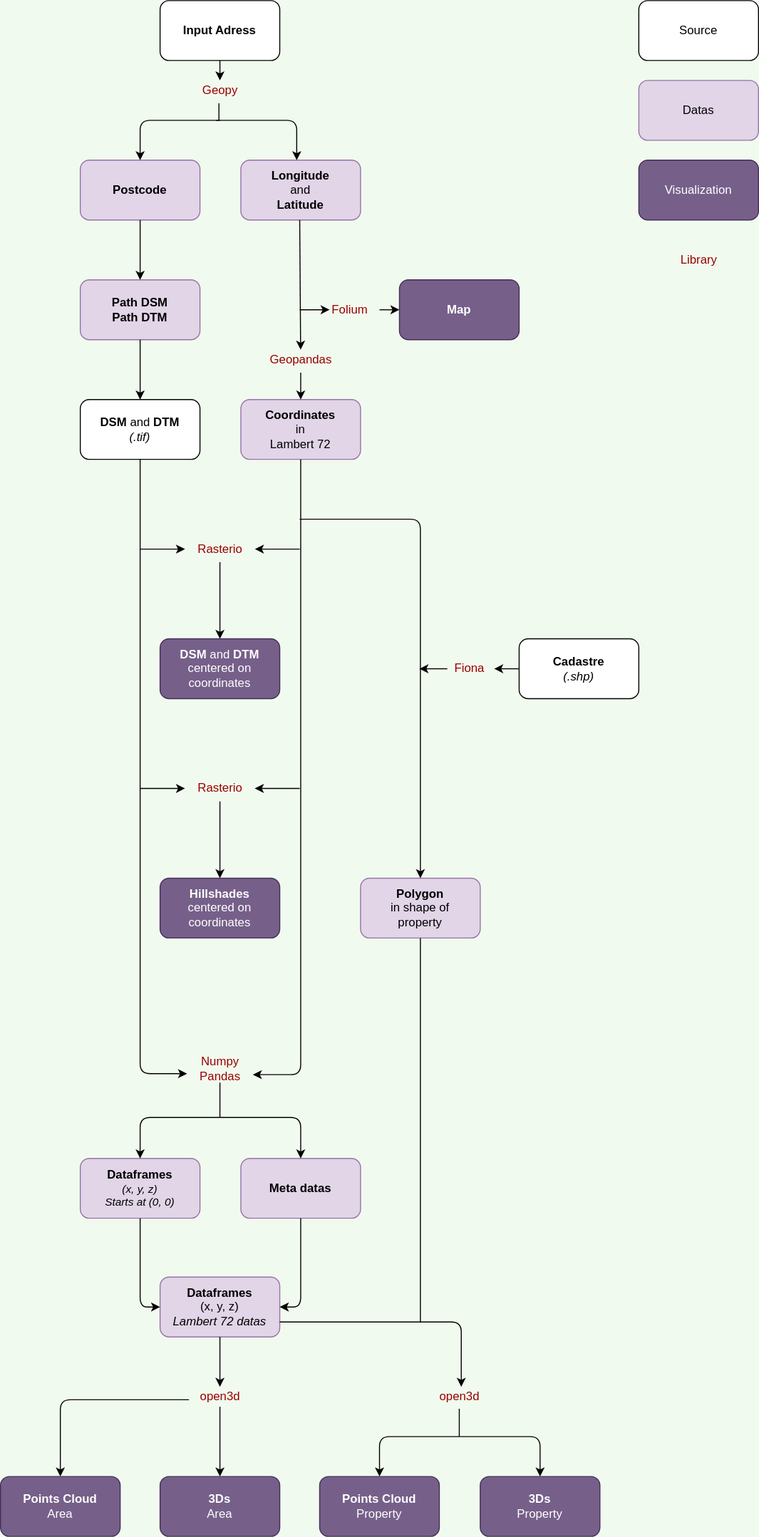
Earlier version of the draw.io export Schemas/Plan.svg (Demesmaeker/3D_Houses). Source tidied: cells renumbered, new cells last; positions are measured from the earlier drawing's top-left corner, leaving out a move shared by most shapes.
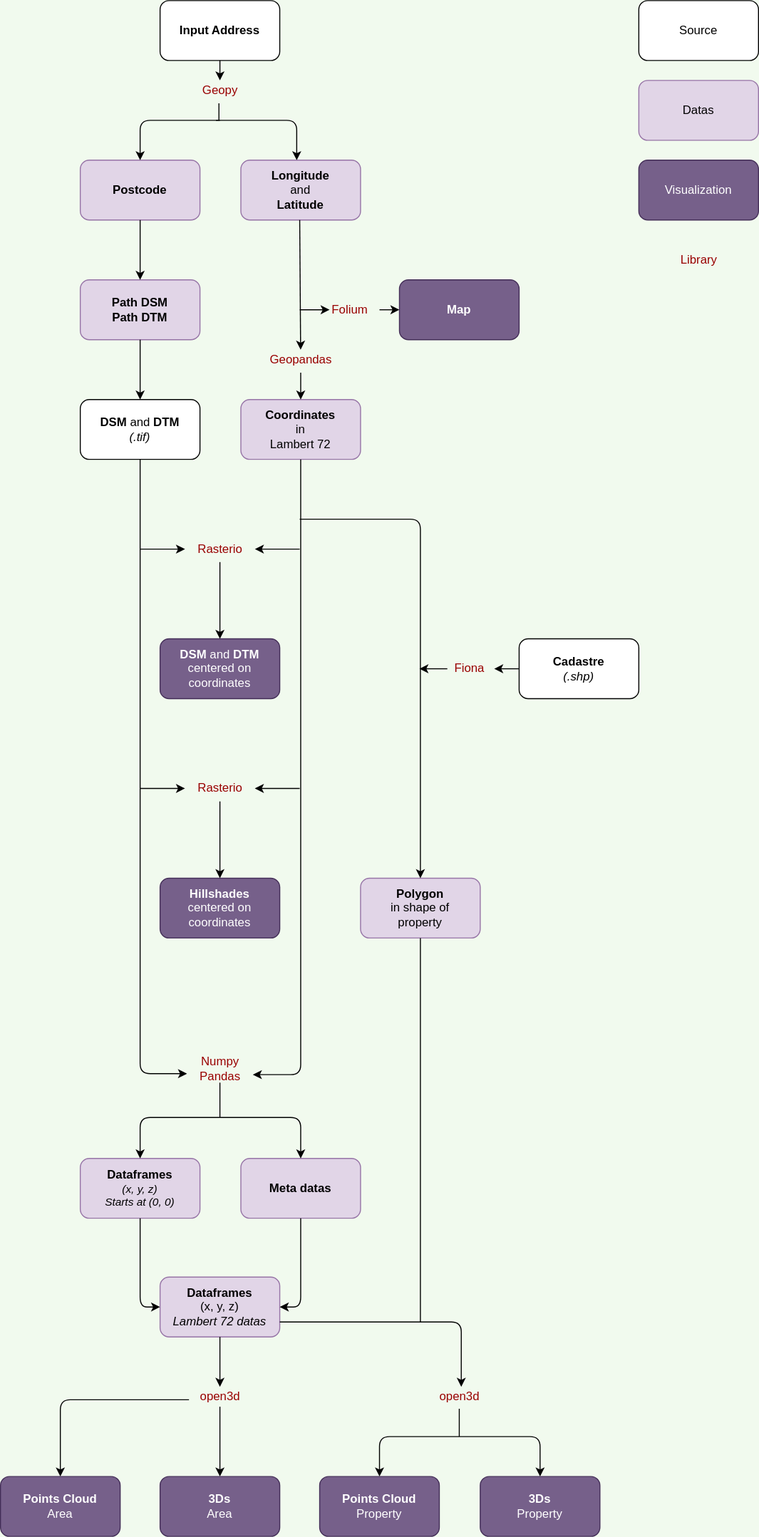
The same diagram one commit later.

What changed in the source:
```diff
@@ -14,7 +14,7 @@
     <mxCell id="5" value="&lt;div&gt;Library&lt;/div&gt;" style="text;html=1;align=center;verticalAlign=middle;fontColor=#990000;" parent="1" vertex="1">
       <mxGeometry x="670" y="250" width="60" height="20" as="geometry" />
     </mxCell>
-    <mxCell id="6" value="&lt;b&gt;Input Adress&lt;/b&gt;" style="rounded=1;whiteSpace=wrap;html=1;" parent="1" vertex="1">
+    <mxCell id="6" value="&lt;b&gt;Input Address&lt;/b&gt;" style="rounded=1;whiteSpace=wrap;html=1;" parent="1" vertex="1">
       <mxGeometry x="160" width="120" height="60" as="geometry" />
     </mxCell>
     <mxCell id="7" value="&lt;div&gt;&lt;b&gt;Longitude&lt;/b&gt;&lt;/div&gt;&lt;div&gt;and&lt;/div&gt;&lt;div&gt;&lt;b&gt;Latitude&lt;br&gt;&lt;/b&gt;&lt;/div&gt;" style="rounded=1;whiteSpace=wrap;html=1;fillColor=#e1d5e7;strokeColor=#9673a6;" parent="1" vertex="1">
```
